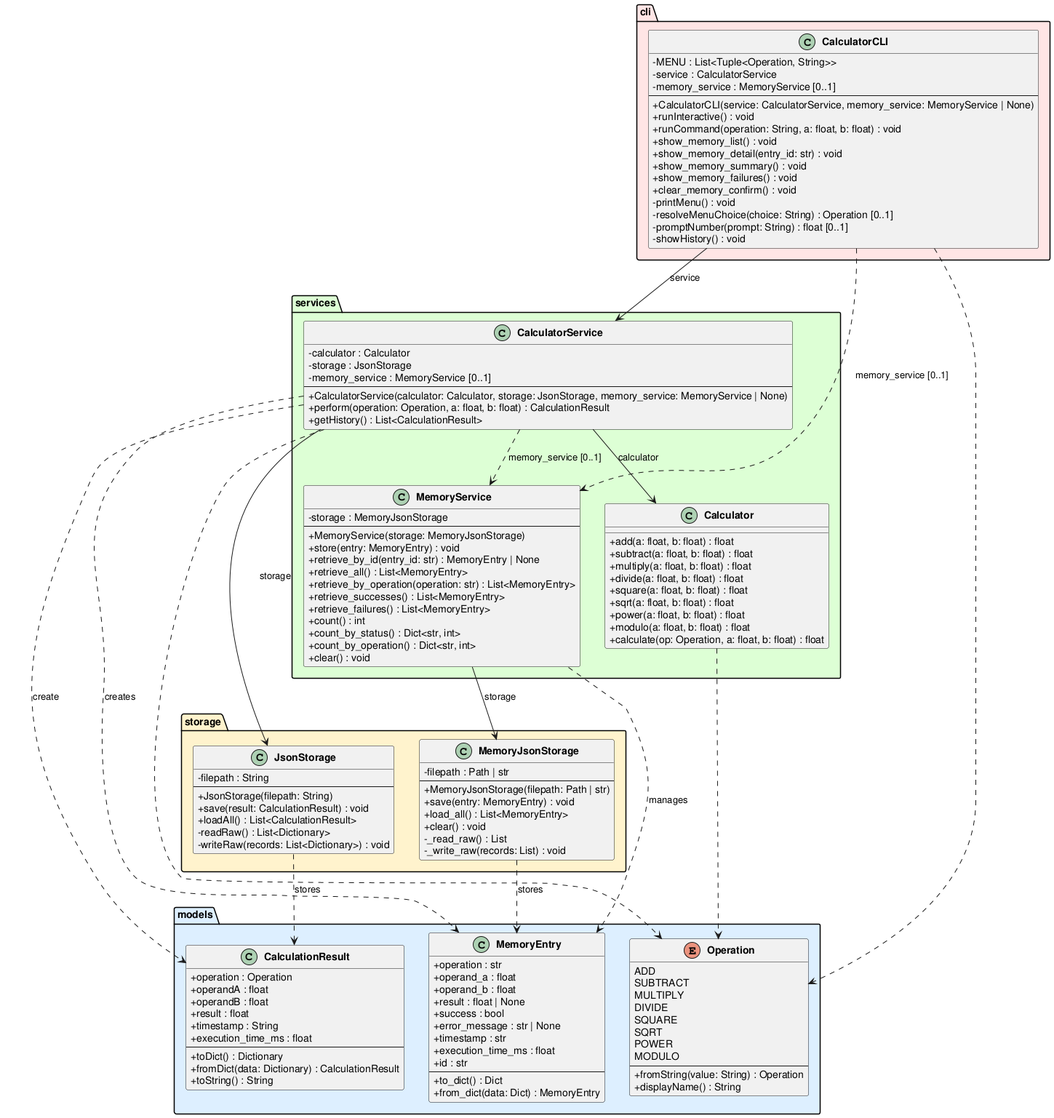
Before: experiments/supervisor_as_tools/structured_text/calculator/artifacts/class_diagram.png, a diagram exported from PlantUML (DanielRiha8906/Software_autoevolution_using_agents).
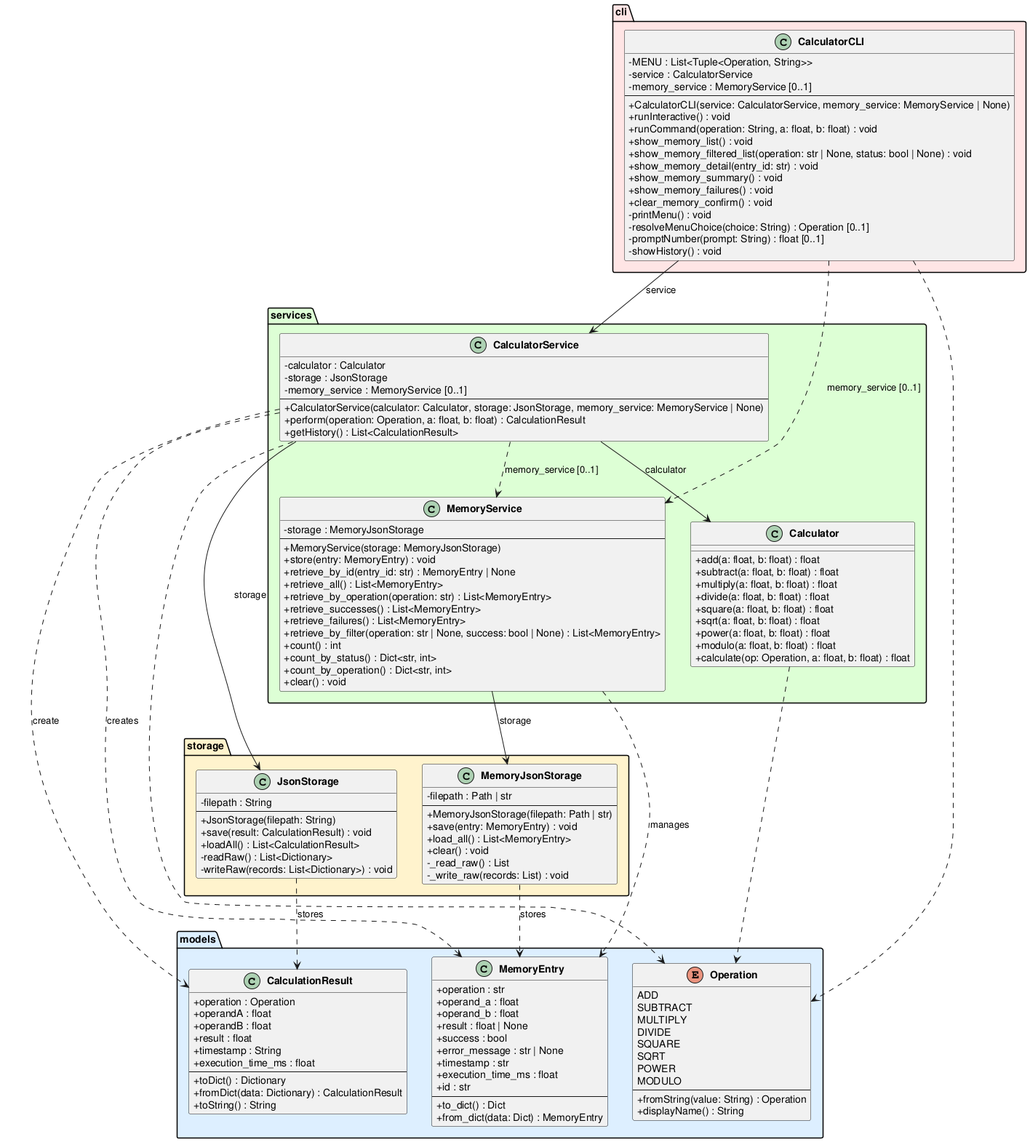
After the commit.

Change to the diagram source:
```diff
@@ -80,6 +80,7 @@
         +retrieve_by_operation(operation: str) : List<MemoryEntry>
         +retrieve_successes() : List<MemoryEntry>
         +retrieve_failures() : List<MemoryEntry>
+        +retrieve_by_filter(operation: str | None, success: bool | None) : List<MemoryEntry>
         +count() : int
         +count_by_status() : Dict<str, int>
         +count_by_operation() : Dict<str, int>
@@ -120,6 +121,7 @@
         +runInteractive() : void
         +runCommand(operation: String, a: float, b: float) : void
         +show_memory_list() : void
+        +show_memory_filtered_list(operation: str | None, status: bool | None) : void
         +show_memory_detail(entry_id: str) : void
         +show_memory_summary() : void
         +show_memory_failures() : void
```
